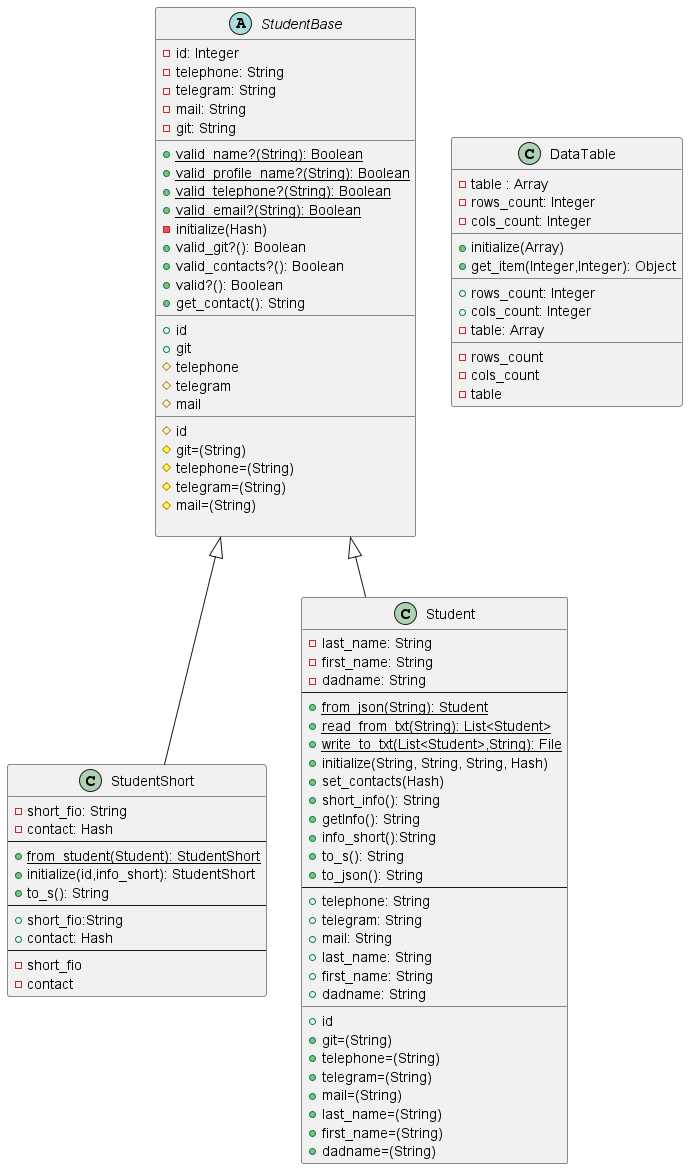
KREEAL/RubyLabs keeps this PlantUML diagram as LR2/diagram/StudentClassDiagram.png. Above is the earlier version.
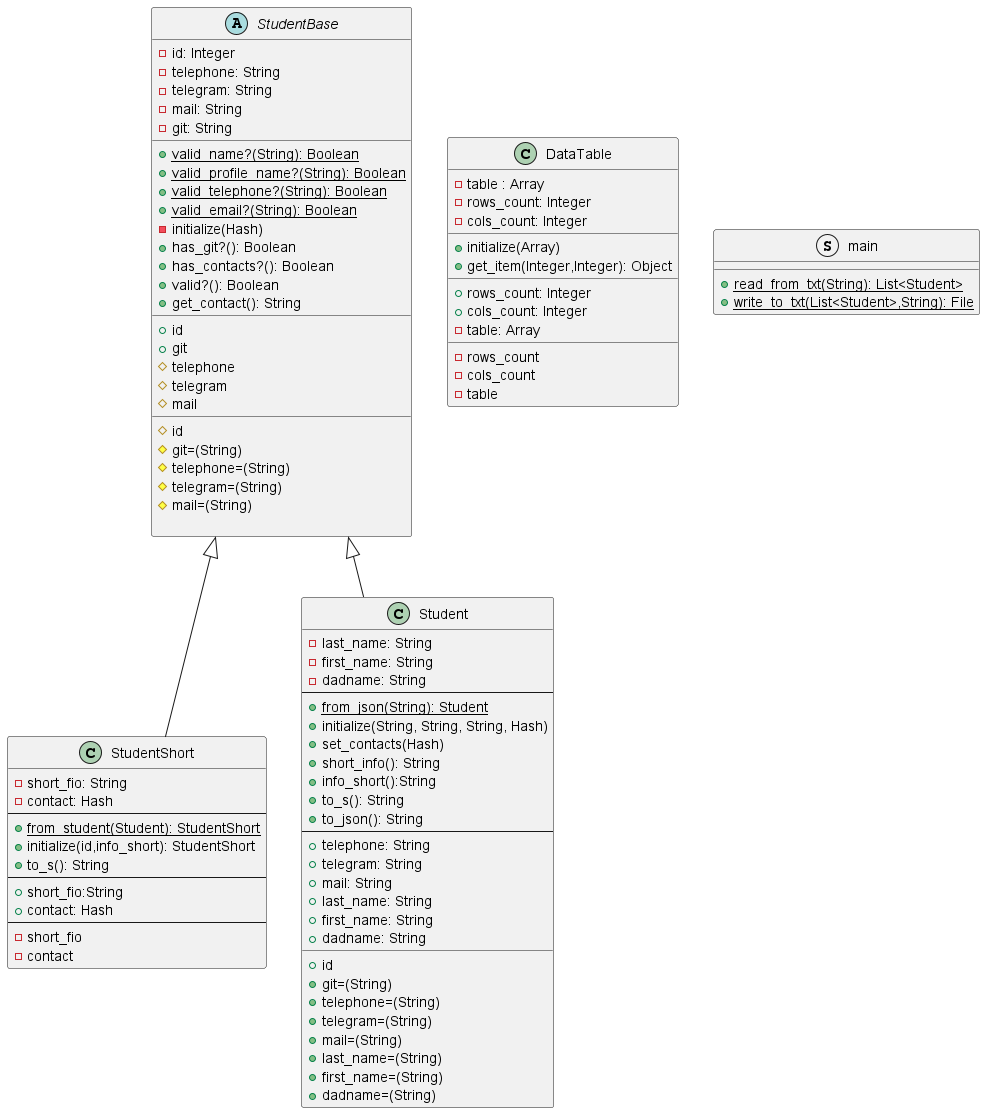
Above is the later version.

What changed in the source:
```diff
@@ -11,8 +11,8 @@
     +{static}valid_telephone?(String): Boolean
     +{static}valid_email?(String): Boolean
     -initialize(Hash)
-    +valid_git?(): Boolean
-    +valid_contacts?(): Boolean
+    +has_git?(): Boolean
+    +has_contacts?(): Boolean
     +valid?(): Boolean
     +get_contact(): String
     __
@@ -49,12 +49,9 @@
     -dadname: String
     --
     +{static}from_json(String): Student
-    +{static}read_from_txt(String): List<Student>
-    +{static}write_to_txt(List<Student>,String): File
     +initialize(String, String, String, Hash)
     +set_contacts(Hash)
     +short_info(): String
-    +getInfo(): String
     +info_short():String
     +to_s(): String
     +to_json(): String
@@ -93,4 +90,8 @@
     -table
 }
 
+struct main {
+    +{static}read_from_txt(String): List<Student>
+    +{static}write_to_txt(List<Student>,String): File
+}
 @enduml
```
